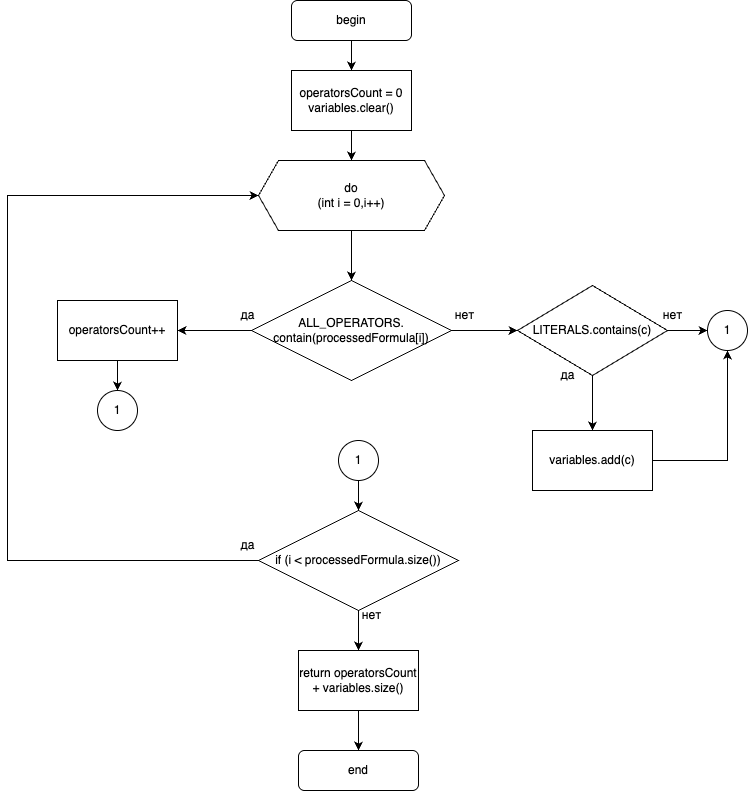
L1x0/LabsBSUIR keeps this draw.io diagram as LabsLOIS/FirstLab/schemes/getAbsCount.png. Above is the earlier version. Source tidied: cells renumbered, new cells last; positions are measured from the earlier drawing's top-left corner, leaving out a move shared by most shapes.
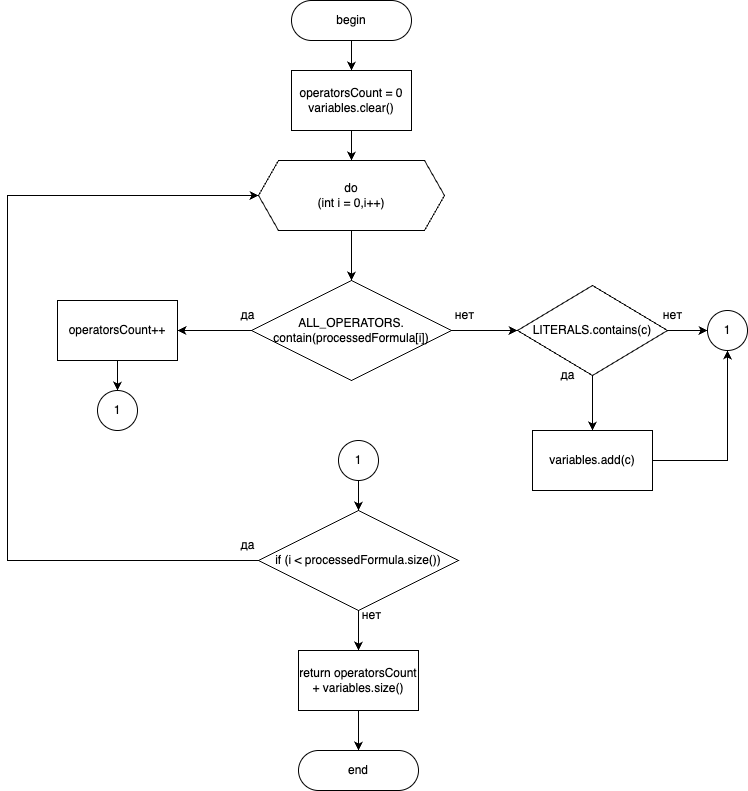
After the commit.

Diff of the diagram source:
```diff
@@ -5,7 +5,7 @@
     <mxCell id="2" style="edgeStyle=orthogonalEdgeStyle;rounded=0;jettySize=auto;html=1;" parent="1" edge="1" source="3" target="5">
       <mxGeometry relative="1" as="geometry" />
     </mxCell>
-    <mxCell id="3" value="begin" style="rounded=1;whiteSpace=wrap;html=1;" parent="1" vertex="1">
+    <mxCell id="3" value="begin" style="rounded=1;whiteSpace=wrap;html=1;arcSize=50;" parent="1" vertex="1">
       <mxGeometry x="284" width="120" height="40" as="geometry" />
     </mxCell>
     <mxCell id="4" style="edgeStyle=orthogonalEdgeStyle;rounded=0;jettySize=auto;html=1;entryX=0.5;entryY=0;entryDx=0;entryDy=0;" parent="1" edge="1" source="5" target="7">
@@ -101,7 +101,7 @@
     <mxCell id="32" value="return operatorsCount&lt;div&gt;+ variables.size()&lt;/div&gt;" style="rounded=0;whiteSpace=wrap;html=1;" parent="1" vertex="1">
       <mxGeometry x="291" y="650" width="120" height="60" as="geometry" />
     </mxCell>
-    <mxCell id="33" value="end" style="rounded=1;whiteSpace=wrap;html=1;" parent="1" vertex="1">
+    <mxCell id="33" value="end" style="rounded=1;whiteSpace=wrap;html=1;arcSize=50;" parent="1" vertex="1">
       <mxGeometry x="291" y="750" width="120" height="40" as="geometry" />
     </mxCell>
   </root>
```
